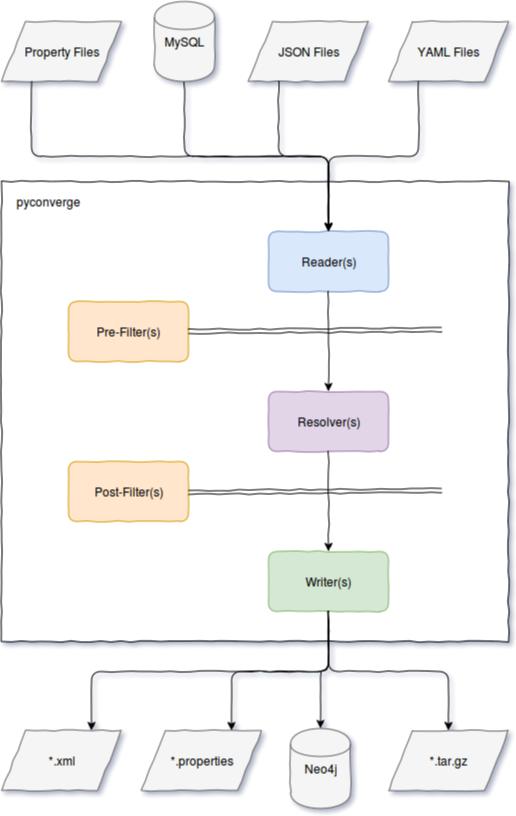
This is docs/converge-diagram.png from drewboswell/converge, a draw.io export, as it was before one commit. Source tidied: cells renumbered, new cells last; positions are measured from the earlier drawing's top-left corner, leaving out a move shared by most shapes.
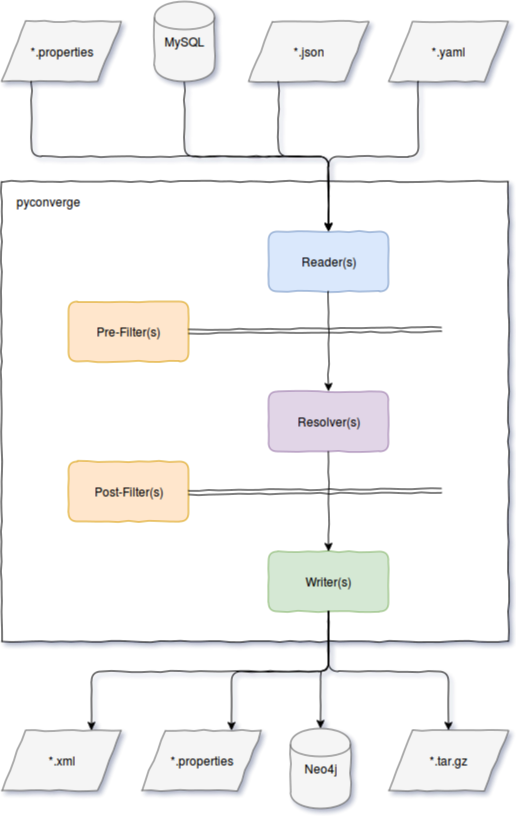
After the change.

The edit, as a diff of the source:
```diff
@@ -32,10 +32,10 @@
     <mxCell id="11" value="MySQL" style="shape=cylinder;whiteSpace=wrap;html=1;comic=1;fillColor=#f5f5f5;strokeColor=#666666;" parent="1" vertex="1">
       <mxGeometry x="153" width="60" height="80" as="geometry" />
     </mxCell>
-    <mxCell id="12" value="YAML Files&lt;br&gt;" style="shape=parallelogram;whiteSpace=wrap;html=1;comic=1;fillColor=#f5f5f5;strokeColor=#666666;" parent="1" vertex="1">
+    <mxCell id="12" value="*.yaml" style="shape=parallelogram;whiteSpace=wrap;html=1;comic=1;fillColor=#f5f5f5;strokeColor=#666666;" parent="1" vertex="1">
       <mxGeometry x="387" y="20" width="120" height="60" as="geometry" />
     </mxCell>
-    <mxCell id="13" value="Property Files&lt;br&gt;" style="shape=parallelogram;whiteSpace=wrap;html=1;comic=1;fillColor=#f5f5f5;strokeColor=#666666;" parent="1" vertex="1">
+    <mxCell id="13" value="*.properties" style="shape=parallelogram;whiteSpace=wrap;html=1;comic=1;fillColor=#f5f5f5;strokeColor=#666666;" parent="1" vertex="1">
       <mxGeometry y="20" width="120" height="60" as="geometry" />
     </mxCell>
     <mxCell id="14" style="endArrow=classic;html=1;entryX=0.5;entryY=0;shadow=0;comic=1;rounded=1;exitX=0.25;exitY=1;edgeStyle=orthogonalEdgeStyle;" parent="1" edge="1" source="12" target="3">
@@ -81,7 +81,7 @@
     <mxCell id="24" style="endArrow=classic;html=1;shadow=0;exitX=0.5;exitY=1;entryX=0.5;entryY=0;comic=1;edgeStyle=orthogonalEdgeStyle;" parent="1" edge="1" source="5" target="19">
       <mxGeometry relative="1" as="geometry" />
     </mxCell>
-    <mxCell id="25" value="JSON Files&lt;br&gt;" style="shape=parallelogram;whiteSpace=wrap;html=1;comic=1;fillColor=#f5f5f5;strokeColor=#666666;" parent="1" vertex="1">
+    <mxCell id="25" value="*.json&lt;br&gt;" style="shape=parallelogram;whiteSpace=wrap;html=1;comic=1;fillColor=#f5f5f5;strokeColor=#666666;" parent="1" vertex="1">
       <mxGeometry x="247" y="20" width="120" height="60" as="geometry" />
     </mxCell>
     <mxCell id="26" style="endArrow=classic;html=1;shadow=0;exitX=0.25;exitY=1;entryX=0.5;entryY=0;comic=1;edgeStyle=orthogonalEdgeStyle;" parent="1" edge="1" source="25" target="3">
```
